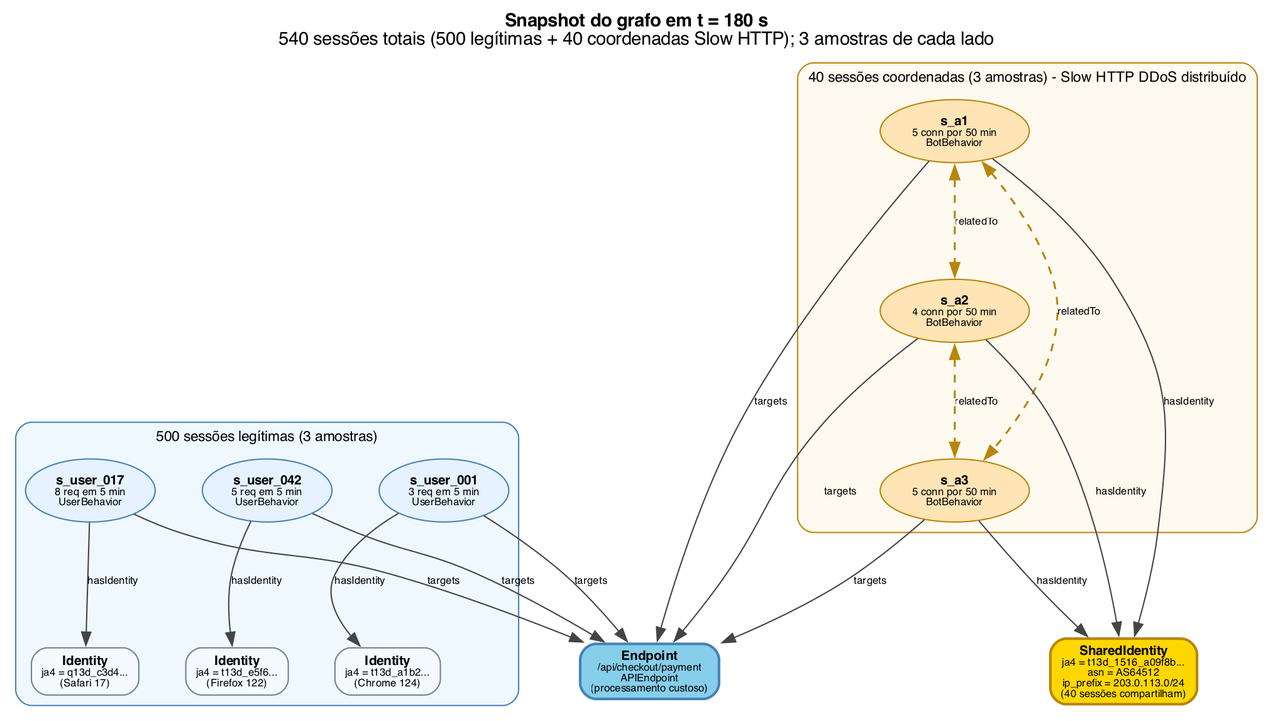
The Graphviz diagram docs/figures/png/02-slow-http-campaign-snapshot.png in Natanael0liveira/knowledge-graph-ddos-article, before a commit. Its source is kept beside it as docs/figures/dot/02-slow-http-campaign-snapshot.dot.
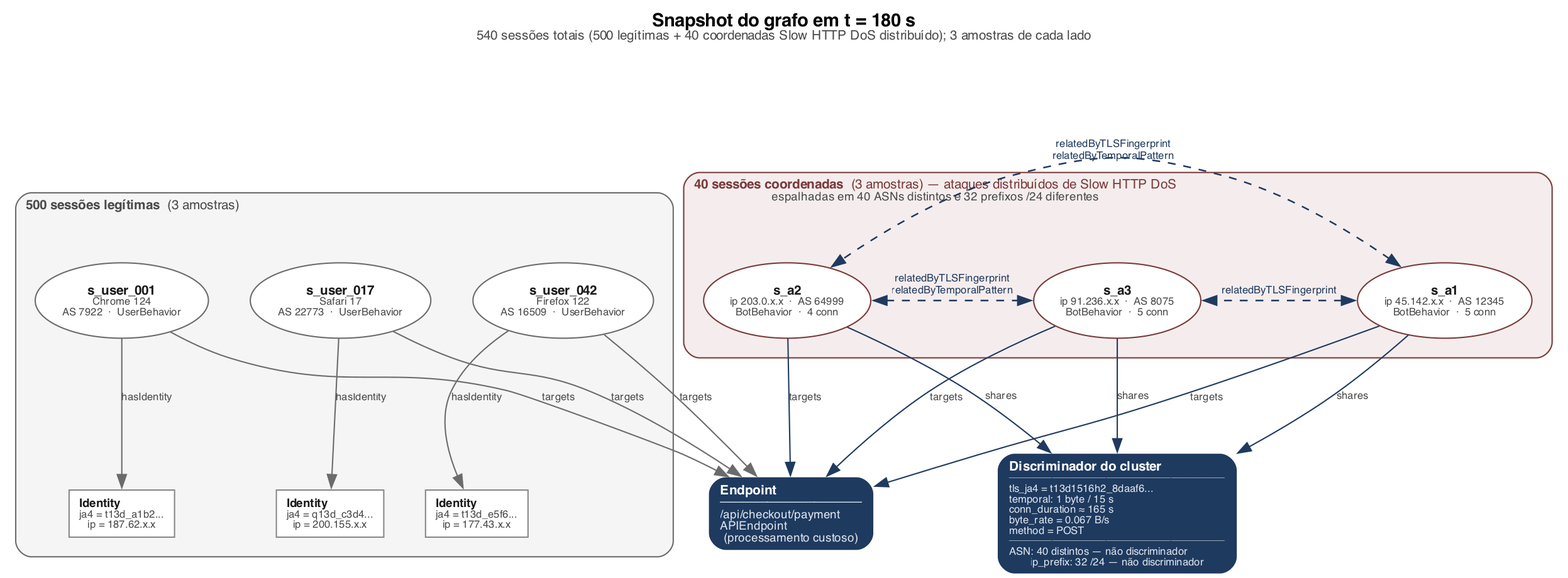
Above is the later version.

What changed in the source:
```diff
@@ -3,47 +3,58 @@
     rankdir=TB;
     bgcolor="white";
     fontname="Helvetica";
-    nodesep=0.5;
+    nodesep=0.45;
     ranksep=1.1;
-    splines=true;
+    newrank=true;
     labelloc="t";
-    label=<<B>Snapshot do grafo em t = 180 s</B><BR/>540 sessões totais (500 legítimas + 40 coordenadas Slow HTTP); 3 amostras de cada lado>;
+    label=<<B>Snapshot do grafo em t = 180 s</B><BR/><FONT POINT-SIZE="10" COLOR="#4A4A4A">540 sessões totais (500 legítimas + 40 coordenadas Slow HTTP DoS distribuído); 3 amostras de cada lado</FONT>>;
 
-    node [fontname="Helvetica", fontsize=10];
-    edge [fontname="Helvetica", fontsize=9, color="#444444"];
+    node [fontname="Helvetica", fontsize=10, fontcolor="#1A1A1A"];
+    edge [fontname="Helvetica", fontsize=9, color="#6B6B6B", fontcolor="#4A4A4A"];
 
     subgraph cluster_legit {
-        label="500 sessões legítimas (3 amostras)";
-        style="rounded,filled";
-        fillcolor="#F0F8FF";
-        color="#4682B4";
-        fontsize=11;
+        label=<<B>500 sessões legítimas</B>  (3 amostras)>;
+        labelloc="t";
+        labeljust="l";
+        fontsize=10;
+        fontcolor="#4A4A4A";
+        style="filled,rounded";
+        fillcolor="#F5F5F5";
+        color="#6B6B6B";
+        penwidth=1;
+        margin=15;
 
         s_user_1 [
-            label=<<B>s_user_001</B><BR/><FONT POINT-SIZE="8">3 req em 5 min<BR/>UserBehavior</FONT>>,
-            shape=ellipse, style=filled, fillcolor="#E6F2FF", color="#4682B4"
+            label=<<B>s_user_001</B><BR/><FONT POINT-SIZE="8" COLOR="#4A4A4A">Chrome 124<BR/>AS 7922  ·  UserBehavior</FONT>>,
+            shape=ellipse, style=filled, fillcolor="white", color="#6B6B6B",
+            width=1.6, height=0.8
         ];
         s_user_2 [
-            label=<<B>s_user_017</B><BR/><FONT POINT-SIZE="8">8 req em 5 min<BR/>UserBehavior</FONT>>,
-            shape=ellipse, style=filled, fillcolor="#E6F2FF", color="#4682B4"
+            label=<<B>s_user_017</B><BR/><FONT POINT-SIZE="8" COLOR="#4A4A4A">Safari 17<BR/>AS 22773  ·  UserBehavior</FONT>>,
+            shape=ellipse, style=filled, fillcolor="white", color="#6B6B6B",
+            width=1.6, height=0.8
         ];
         s_user_3 [
-            label=<<B>s_user_042</B><BR/><FONT POINT-SIZE="8">5 req em 5 min<BR/>UserBehavior</FONT>>,
-            shape=ellipse, style=filled, fillcolor="#E6F2FF", color="#4682B4"
+            label=<<B>s_user_042</B><BR/><FONT POINT-SIZE="8" COLOR="#4A4A4A">Firefox 122<BR/>AS 16509  ·  UserBehavior</FONT>>,
+            shape=ellipse, style=filled, fillcolor="white", color="#6B6B6B",
+            width=1.6, height=0.8
         ];
 
         id_user_1 [
-            label=<<B>Identity</B><BR/><FONT POINT-SIZE="8">ja4 = t13d_a1b2...<BR/>(Chrome 124)</FONT>>,
-            shape=box, style="filled,rounded", fillcolor="#F5FAFF", color="#708090"
+            label=<<B>Identity</B><BR ALIGN="LEFT"/><FONT POINT-SIZE="8" COLOR="#4A4A4A">ja4 = t13d_a1b2...<BR ALIGN="LEFT"/>ip = 187.62.x.x</FONT>>,
+            shape=box, style=filled, fillcolor="white", color="#888888", fontsize=9
         ];
         id_user_2 [
-            label=<<B>Identity</B><BR/><FONT POINT-SIZE="8">ja4 = q13d_c3d4...<BR/>(Safari 17)</FONT>>,
-            shape=box, style="filled,rounded", fillcolor="#F5FAFF", color="#708090"
+            label=<<B>Identity</B><BR ALIGN="LEFT"/><FONT POINT-SIZE="8" COLOR="#4A4A4A">ja4 = q13d_c3d4...<BR ALIGN="LEFT"/>ip = 200.155.x.x</FONT>>,
+            shape=box, style=filled, fillcolor="white", color="#888888", fontsize=9
         ];
         id_user_3 [
-            label=<<B>Identity</B><BR/><FONT POINT-SIZE="8">ja4 = t13d_e5f6...<BR/>(Firefox 122)</FONT>>,
-            shape=box, style="filled,rounded", fillcolor="#F5FAFF", color="#708090"
+            label=<<B>Identity</B><BR ALIGN="LEFT"/><FONT POINT-SIZE="8" COLOR="#4A4A4A">ja4 = t13d_e5f6...<BR ALIGN="LEFT"/>ip = 177.43.x.x</FONT>>,
+            shape=box, style=filled, fillcolor="white", color="#888888", fontsize=9
         ];
+
+        { rank=same; s_user_1; s_user_2; s_user_3; }
+        { rank=same; id_user_1; id_user_2; id_user_3; }
 
         s_user_1 -> id_user_1 [label="hasIdentity", fontsize=8];
         s_user_2 -> id_user_2 [label="hasIdentity", fontsize=8];
@@ -51,56 +62,80 @@
     }
 
     subgraph cluster_attack {
-        label="40 sessões coordenadas (3 amostras) - Slow HTTP DDoS distribuído";
-        style="rounded,filled";
-        fillcolor="#FFFAF0";
-        color="#B8860B";
-        fontsize=11;
+        label=<<B>40 sessões coordenadas</B>  (3 amostras) — ataques distribuídos de Slow HTTP DoS<BR/><FONT POINT-SIZE="9" COLOR="#4A4A4A">espalhadas em 40 ASNs distintos e 32 prefixos /24 diferentes</FONT>>;
+        labelloc="t";
+        labeljust="l";
+        fontsize=10;
+        fontcolor="#7A3A3A";
+        style="filled,rounded";
+        fillcolor="#F5EDED";
+        color="#7A3A3A";
+        penwidth=1;
+        margin=15;
 
         s_a1 [
-            label=<<B>s_a1</B><BR/><FONT POINT-SIZE="8">5 conn por 50 min<BR/>BotBehavior</FONT>>,
-            shape=ellipse, style=filled, fillcolor="#FFE4B5", color="#B8860B"
+            label=<<B>s_a1</B><BR/><FONT POINT-SIZE="8" COLOR="#4A4A4A">ip 45.142.x.x  ·  AS 12345<BR/>BotBehavior  ·  5 conn</FONT>>,
+            shape=ellipse, style=filled, fillcolor="white", color="#7A3A3A",
+            width=1.6, height=0.8
         ];
         s_a2 [
-            label=<<B>s_a2</B><BR/><FONT POINT-SIZE="8">4 conn por 50 min<BR/>BotBehavior</FONT>>,
-            shape=ellipse, style=filled, fillcolor="#FFE4B5", color="#B8860B"
+            label=<<B>s_a2</B><BR/><FONT POINT-SIZE="8" COLOR="#4A4A4A">ip 203.0.x.x  ·  AS 64999<BR/>BotBehavior  ·  4 conn</FONT>>,
+            shape=ellipse, style=filled, fillcolor="white", color="#7A3A3A",
+            width=1.6, height=0.8
         ];
         s_a3 [
-            label=<<B>s_a3</B><BR/><FONT POINT-SIZE="8">5 conn por 50 min<BR/>BotBehavior</FONT>>,
-            shape=ellipse, style=filled, fillcolor="#FFE4B5", color="#B8860B"
+            label=<<B>s_a3</B><BR/><FONT POINT-SIZE="8" COLOR="#4A4A4A">ip 91.236.x.x  ·  AS 8075<BR/>BotBehavior  ·  5 conn</FONT>>,
+            shape=ellipse, style=filled, fillcolor="white", color="#7A3A3A",
+            width=1.6, height=0.8
         ];
 
-        s_a1 -> s_a2 [label="relatedTo", style=dashed, dir=both, color="#B8860B", penwidth=1.5, fontsize=8];
-        s_a2 -> s_a3 [label="relatedTo", style=dashed, dir=both, color="#B8860B", penwidth=1.5, fontsize=8];
-        s_a1 -> s_a3 [label="relatedTo", style=dashed, dir=both, color="#B8860B", penwidth=1.5, fontsize=8, constraint=false];
+        { rank=same; s_a1; s_a2; s_a3; }
+
+        s_a1 -> s_a2 [
+            label=<<FONT POINT-SIZE="8">relatedByTLSFingerprint<BR/>relatedByTemporalPattern</FONT>>,
+            style=dashed, dir=both, color="#1F3A5F", penwidth=1.2, fontcolor="#1F3A5F"
+        ];
+        s_a2 -> s_a3 [
+            label=<<FONT POINT-SIZE="8">relatedByTLSFingerprint<BR/>relatedByTemporalPattern</FONT>>,
+            style=dashed, dir=both, color="#1F3A5F", penwidth=1.2, fontcolor="#1F3A5F"
+        ];
+        s_a1 -> s_a3 [
+            label=<<FONT POINT-SIZE="8">relatedByTLSFingerprint</FONT>>,
+            style=dashed, dir=both, color="#1F3A5F", penwidth=1.2, fontcolor="#1F3A5F",
+            constraint=false
+        ];
     }
 
-    shared_id [
-        label=<<B>SharedIdentity</B><BR/><FONT POINT-SIZE="8">ja4 = t13d_1516_a09f8b...<BR/>asn = AS64512<BR/>ip_prefix = 203.0.113.0/24<BR/>(40 sessões compartilham)</FONT>>,
+    endpoint [
+        label=<<B>Endpoint</B><BR ALIGN="LEFT"/><FONT POINT-SIZE="9" COLOR="#DDE5EE">────────────<BR ALIGN="LEFT"/>/api/checkout/payment<BR ALIGN="LEFT"/>APIEndpoint<BR ALIGN="LEFT"/>(processamento custoso)</FONT>>,
         shape=box,
         style="filled,rounded,bold",
-        fillcolor="#FFD700",
-        color="#B8860B",
-        penwidth=2
+        fillcolor="#1F3A5F",
+        fontcolor="white",
+        color="#1F3A5F",
+        penwidth=1.5
     ];
 
-    s_a1 -> shared_id [label="hasIdentity", fontsize=8];
-    s_a2 -> shared_id [label="hasIdentity", fontsize=8];
-    s_a3 -> shared_id [label="hasIdentity", fontsize=8];
-
-    endpoint [
-        label=<<B>Endpoint</B><BR/><FONT POINT-SIZE="8">/api/checkout/payment<BR/>APIEndpoint<BR/>(processamento custoso)</FONT>>,
+    discriminator [
+        label=<<B>Discriminador do cluster</B><BR ALIGN="LEFT"/><FONT POINT-SIZE="8" COLOR="#DDE5EE">────────────────────<BR ALIGN="LEFT"/>tls_ja4 = t13d1516h2_8daaf6...<BR ALIGN="LEFT"/>temporal: 1 byte / 15 s<BR ALIGN="LEFT"/>conn_duration ≈ 165 s<BR ALIGN="LEFT"/>byte_rate = 0.067 B/s<BR ALIGN="LEFT"/>method = POST<BR ALIGN="LEFT"/>────────────────────<BR ALIGN="LEFT"/>ASN: 40 distintos — não discriminador<BR ALIGN="LEFT"/>ip_prefix: 32 /24 — não discriminador</FONT>>,
         shape=box,
         style="filled,rounded,bold",
-        fillcolor="#87CEEB",
-        color="#4682B4",
-        penwidth=2
+        fillcolor="#1F3A5F",
+        fontcolor="white",
+        color="#1F3A5F",
+        penwidth=1.5
     ];
+
+    { rank=same; endpoint; discriminator; }
 
     s_user_1 -> endpoint [label="targets", fontsize=8];
     s_user_2 -> endpoint [label="targets", fontsize=8];
     s_user_3 -> endpoint [label="targets", fontsize=8];
-    s_a1 -> endpoint [label="targets", fontsize=8];
-    s_a2 -> endpoint [label="targets", fontsize=8];
-    s_a3 -> endpoint [label="targets", fontsize=8];
+    s_a1 -> endpoint [label="targets", fontsize=8, color="#1F3A5F"];
+    s_a2 -> endpoint [label="targets", fontsize=8, color="#1F3A5F"];
+    s_a3 -> endpoint [label="targets", fontsize=8, color="#1F3A5F"];
+
+    s_a1 -> discriminator [label=<<FONT POINT-SIZE="8">shares</FONT>>, color="#1F3A5F"];
+    s_a2 -> discriminator [label=<<FONT POINT-SIZE="8">shares</FONT>>, color="#1F3A5F"];
+    s_a3 -> discriminator [label=<<FONT POINT-SIZE="8">shares</FONT>>, color="#1F3A5F"];
 }
```
